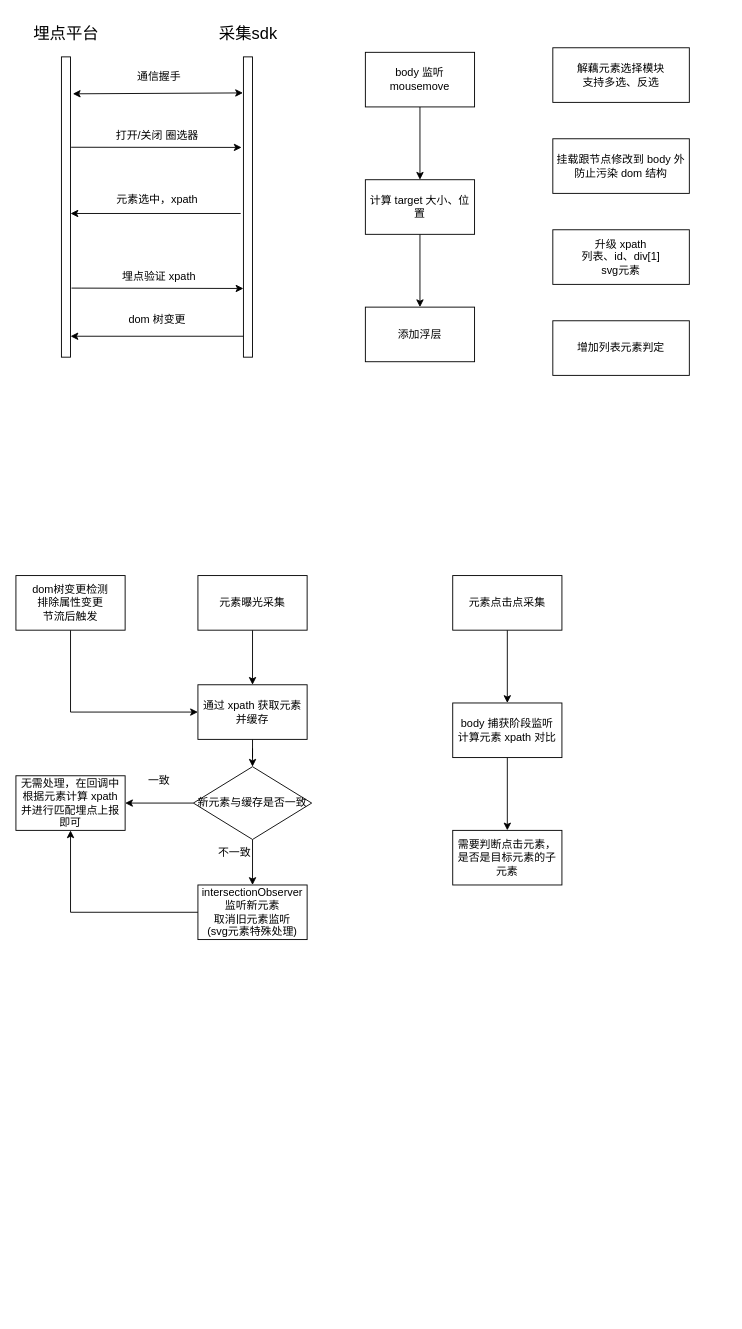
This is 未命名绘图.drawio from yuzai/-, a draw.io file, before an edit. Source tidied: cells renumbered, new cells numbered last; positions are measured from the earlier drawing's top-left corner, leaving out a move shared by most shapes. Both pictures are drawn from the tidied source at 91%, with x=0, y=0 at pixel (15, 15).
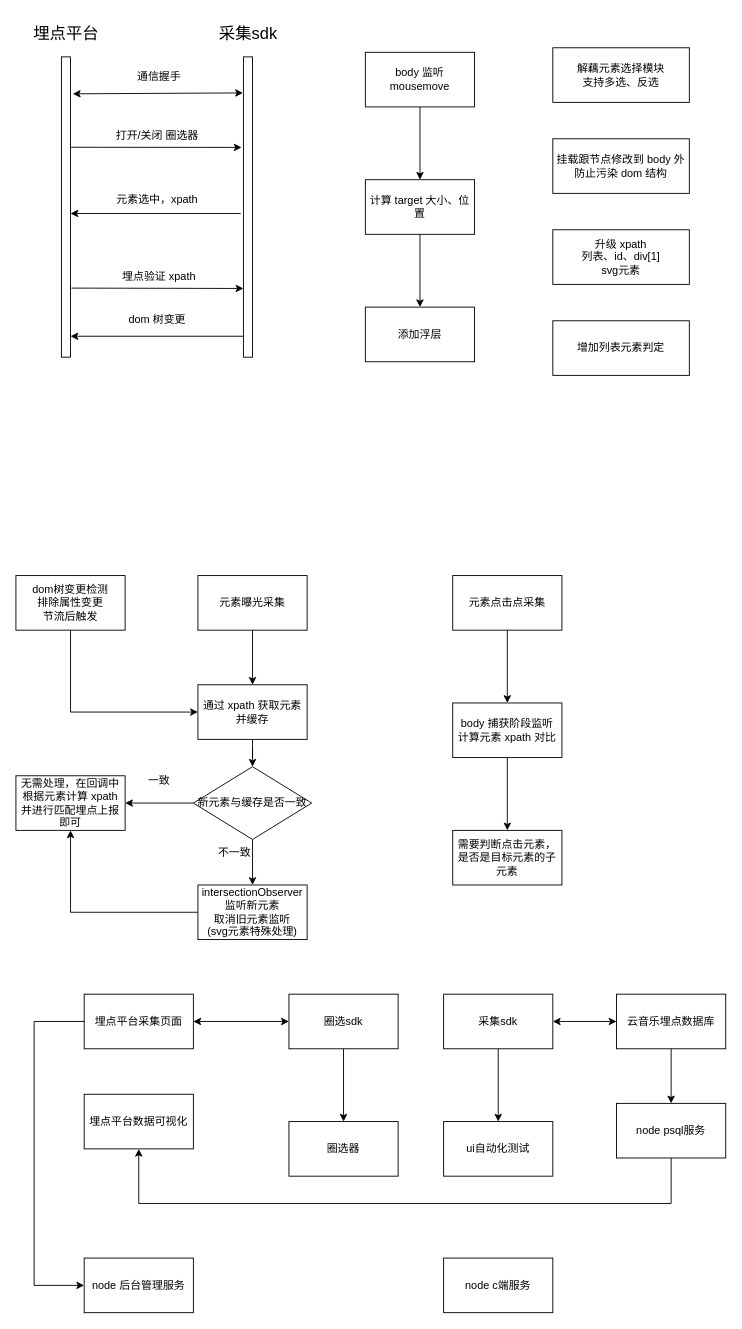
The same page after the edit.

Commit message:
更新未命名绘图.drawio

The edit, as a diff of the source:
```diff
@@
+    <mxCell id="44" value="埋点平台采集页面" style="rounded=0;whiteSpace=wrap;html=1;" parent="1" vertex="1">
+      <mxGeometry x="75" y="1075" width="120" height="60" as="geometry" />
+    </mxCell>
+    <mxCell id="45" style="edgeStyle=orthogonalEdgeStyle;rounded=0;jettySize=auto;html=1;" parent="1" edge="1" source="46" target="48">
+      <mxGeometry relative="1" as="geometry" />
+    </mxCell>
+    <mxCell id="46" value="圈选sdk" style="rounded=0;whiteSpace=wrap;html=1;" parent="1" vertex="1">
+      <mxGeometry x="300" y="1075" width="120" height="60" as="geometry" />
+    </mxCell>
+    <mxCell id="47" style="endArrow=classic;startArrow=classic;html=1;rounded=0;exitX=1;exitY=0.5;exitDx=0;exitDy=0;entryX=0;entryY=0.5;entryDx=0;entryDy=0;" parent="1" edge="1" source="44" target="46">
+      <mxGeometry relative="1" as="geometry" />
+    </mxCell>
+    <mxCell id="48" value="圈选器" style="whiteSpace=wrap;html=1;rounded=0;" parent="1" vertex="1">
+      <mxGeometry x="300" y="1215" width="120" height="60" as="geometry" />
+    </mxCell>
+    <mxCell id="49" style="edgeStyle=orthogonalEdgeStyle;rounded=0;jettySize=auto;html=1;" parent="1" edge="1" source="50" target="55">
+      <mxGeometry relative="1" as="geometry" />
+    </mxCell>
+    <mxCell id="50" value="采集sdk" style="rounded=0;whiteSpace=wrap;html=1;" parent="1" vertex="1">
+      <mxGeometry x="470" y="1075" width="120" height="60" as="geometry" />
+    </mxCell>
+    <mxCell id="51" style="edgeStyle=orthogonalEdgeStyle;rounded=0;jettySize=auto;html=1;exitX=0.5;exitY=1;exitDx=0;exitDy=0;entryX=0.5;entryY=0;entryDx=0;entryDy=0;" parent="1" edge="1" source="52" target="57">
+      <mxGeometry relative="1" as="geometry" />
+    </mxCell>
+    <mxCell id="52" value="云音乐埋点数据库" style="rounded=0;whiteSpace=wrap;html=1;" parent="1" vertex="1">
+      <mxGeometry x="660" y="1075" width="120" height="60" as="geometry" />
+    </mxCell>
+    <mxCell id="53" value="埋点平台数据可视化" style="rounded=0;whiteSpace=wrap;html=1;" parent="1" vertex="1">
+      <mxGeometry x="75" y="1185" width="120" height="60" as="geometry" />
+    </mxCell>
+    <mxCell id="54" style="endArrow=classic;startArrow=classic;html=1;rounded=0;exitX=1;exitY=0.5;exitDx=0;exitDy=0;entryX=0;entryY=0.5;entryDx=0;entryDy=0;" parent="1" edge="1" source="50" target="52">
+      <mxGeometry relative="1" as="geometry" />
+    </mxCell>
+    <mxCell id="55" value="ui自动化测试" style="whiteSpace=wrap;html=1;rounded=0;" parent="1" vertex="1">
+      <mxGeometry x="470" y="1215" width="120" height="60" as="geometry" />
+    </mxCell>
+    <mxCell id="56" style="edgeStyle=elbowEdgeStyle;elbow=vertical;endArrow=classic;html=1;rounded=0;entryX=0.5;entryY=1;entryDx=0;entryDy=0;" parent="1" edge="1" target="53">
+      <mxGeometry relative="1" as="geometry">
+        <mxPoint x="720" y="1235" as="sourcePoint" />
+        <Array as="points">
+          <mxPoint x="440" y="1305" />
+        </Array>
+      </mxGeometry>
+    </mxCell>
+    <mxCell id="57" value="node psql服务" style="rounded=0;whiteSpace=wrap;html=1;" parent="1" vertex="1">
+      <mxGeometry x="660" y="1195" width="120" height="60" as="geometry" />
+    </mxCell>
+    <mxCell id="58" value="node 后台管理服务" style="rounded=0;whiteSpace=wrap;html=1;" parent="1" vertex="1">
+      <mxGeometry x="75" y="1365" width="120" height="60" as="geometry" />
+    </mxCell>
+    <mxCell id="59" style="edgeStyle=elbowEdgeStyle;elbow=vertical;endArrow=classic;html=1;rounded=0;exitX=0;exitY=0.5;exitDx=0;exitDy=0;entryX=0;entryY=0.5;entryDx=0;entryDy=0;" parent="1" edge="1" source="44" target="58">
+      <mxGeometry relative="1" as="geometry">
+        <Array as="points">
+          <mxPoint x="20" y="1255" />
+        </Array>
+      </mxGeometry>
+    </mxCell>
+    <mxCell id="60" value="node c端服务" style="rounded=0;whiteSpace=wrap;html=1;" parent="1" vertex="1">
+      <mxGeometry x="470" y="1365" width="120" height="60" as="geometry" />
+    </mxCell>
```
